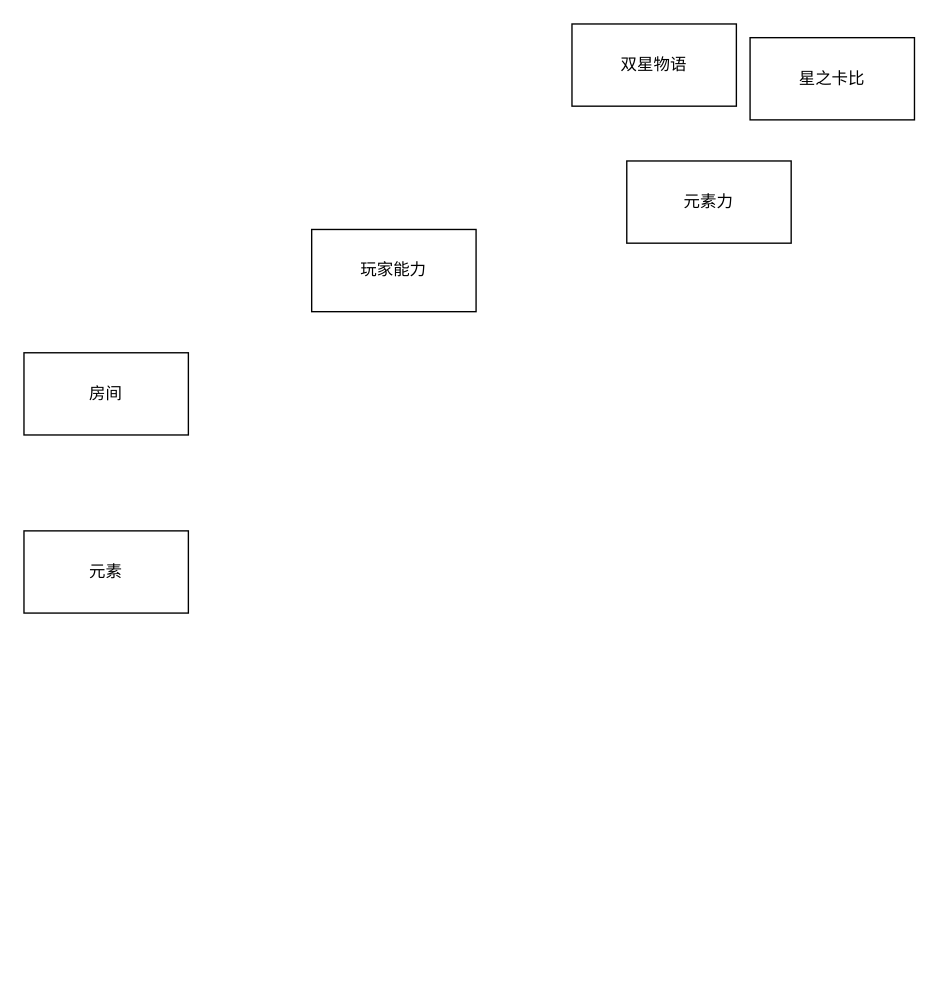
Before: page "第 1 页" (1 of 5) of D.drawio in 1995zmj/DesignPatterns_UE, a draw.io diagram. Source tidied: cells renumbered, new cells numbered last; positions are measured from the earlier drawing's top-left corner, leaving out a move shared by most shapes. Both pictures are drawn from the tidied source at 137%, with x=0, y=0 at pixel (23, 23).
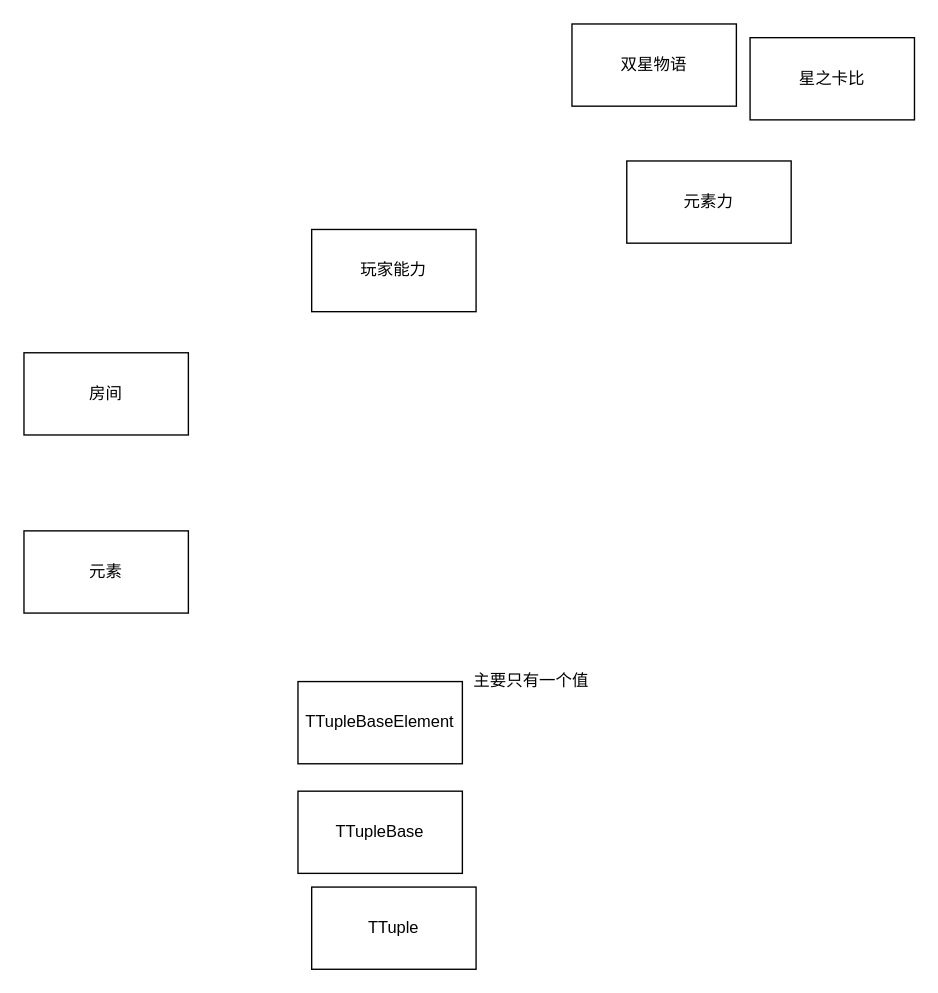
The same diagram, later.

Change to the diagram source:
```diff
@@
 <mxGraphModel>
   <root>
     <mxCell id="0" />
     <mxCell id="1" parent="0" />
     <mxCell id="2" value="玩家能力" style="whiteSpace=wrap;html=1;" parent="1" vertex="1">
       <mxGeometry x="210" y="150" width="120" height="60" as="geometry" />
     </mxCell>
     <mxCell id="3" value="房间" style="whiteSpace=wrap;html=1;" parent="1" vertex="1">
       <mxGeometry y="240" width="120" height="60" as="geometry" />
     </mxCell>
     <mxCell id="4" value="元素" style="whiteSpace=wrap;html=1;" parent="1" vertex="1">
       <mxGeometry y="370" width="120" height="60" as="geometry" />
     </mxCell>
     <mxCell id="5" value="元素力" style="whiteSpace=wrap;html=1;" parent="1" vertex="1">
       <mxGeometry x="440" y="100" width="120" height="60" as="geometry" />
     </mxCell>
     <mxCell id="6" value="双星物语" style="whiteSpace=wrap;html=1;" parent="1" vertex="1">
       <mxGeometry x="400" width="120" height="60" as="geometry" />
     </mxCell>
     <mxCell id="7" value="星之卡比" style="whiteSpace=wrap;html=1;" parent="1" vertex="1">
       <mxGeometry x="530" y="10" width="120" height="60" as="geometry" />
     </mxCell>
+    <mxCell id="8" value="TTuple" style="whiteSpace=wrap;html=1;" parent="1" vertex="1">
+      <mxGeometry x="210" y="630" width="120" height="60" as="geometry" />
+    </mxCell>
+    <mxCell id="9" value="TTupleBase" style="whiteSpace=wrap;html=1;" parent="1" vertex="1">
+      <mxGeometry x="200" y="560" width="120" height="60" as="geometry" />
+    </mxCell>
+    <mxCell id="10" value="TTupleBaseElement" style="whiteSpace=wrap;html=1;" parent="1" vertex="1">
+      <mxGeometry x="200" y="480" width="120" height="60" as="geometry" />
+    </mxCell>
+    <mxCell id="11" value="主要只有一个值" style="text;html=1;align=center;verticalAlign=middle;strokeColor=none;fillColor=none;" parent="1" vertex="1">
+      <mxGeometry x="320" y="470" width="100" height="20" as="geometry" />
+    </mxCell>
   </root>
 </mxGraphModel>
```
